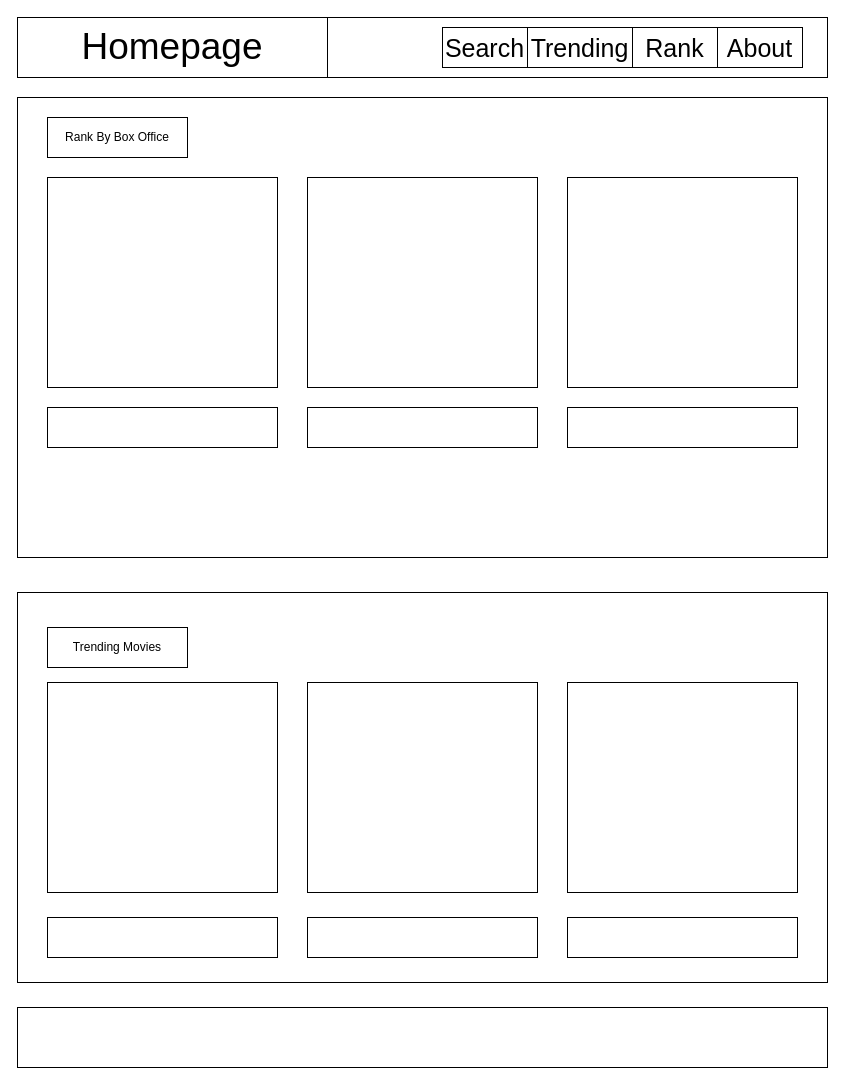
The draw.io diagram page "Page-1" (1 of 3) of Project One Layout.drawio in HyeongUW/First_Project, before the edit. Source tidied: cells renumbered, new cells numbered last; positions are measured from the earlier drawing's top-left corner, leaving out a move shared by most shapes. Both pictures are drawn from the tidied source at 100%, with x=0, y=0 at pixel (17, 17).
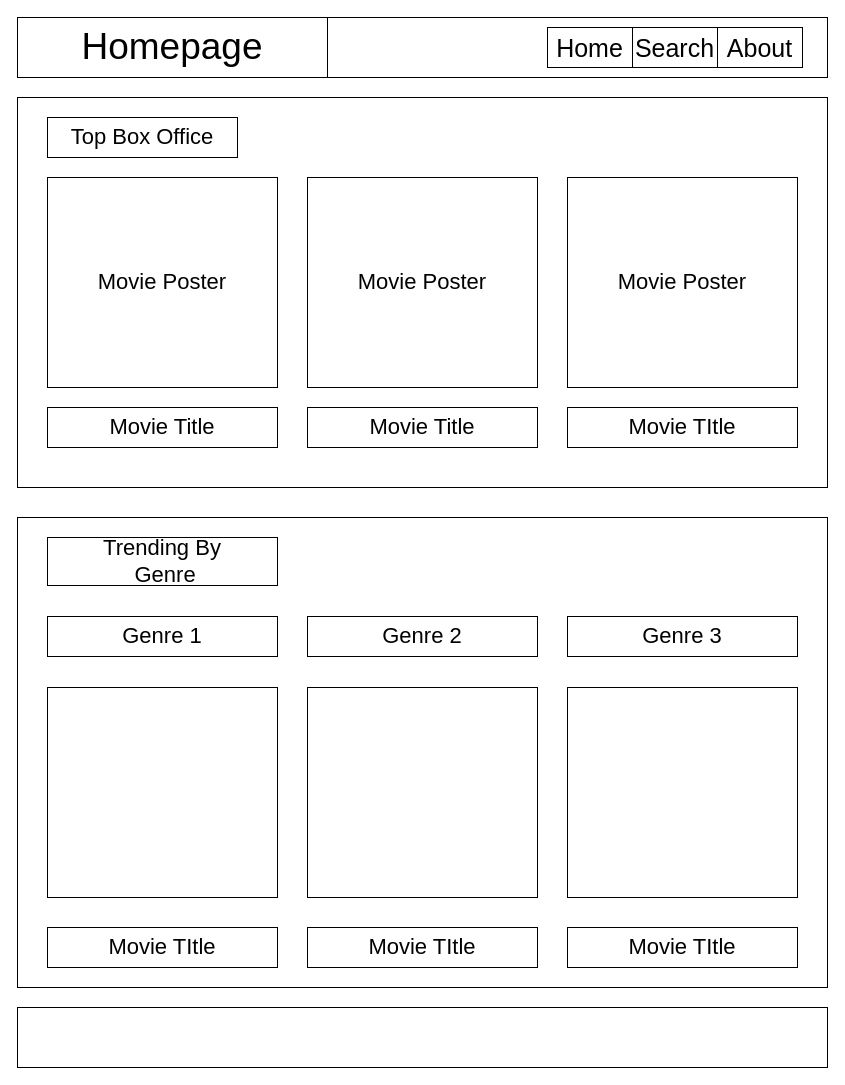
The same page after the edit.

What changed in the source:
```diff
@@
     <mxCell id="3" style="rounded=0;whiteSpace=wrap;html=1;" parent="1" vertex="1">
-      <mxGeometry y="80" width="810" height="460" as="geometry" />
+      <mxGeometry y="80" width="810" height="390" as="geometry" />
     </mxCell>
-    <mxCell id="4" value="Rank By Box Office" style="rounded=0;whiteSpace=wrap;html=1;" parent="1" vertex="1">
-      <mxGeometry x="30" y="100" width="140" height="40" as="geometry" />
+    <mxCell id="4" value="Top Box Office" style="rounded=0;whiteSpace=wrap;html=1;fontSize=22;" parent="1" vertex="1">
+      <mxGeometry x="30" y="100" width="190" height="40" as="geometry" />
     </mxCell>
-    <mxCell id="5" style="rounded=0;whiteSpace=wrap;html=1;" parent="1" vertex="1">
+    <mxCell id="5" value="Movie Poster" style="rounded=0;whiteSpace=wrap;html=1;fontSize=22;" parent="1" vertex="1">
       <mxGeometry x="30" y="160" width="230" height="210" as="geometry" />
     </mxCell>
-    <mxCell id="6" style="rounded=0;whiteSpace=wrap;html=1;" parent="1" vertex="1">
+    <mxCell id="6" value="Movie Poster" style="rounded=0;whiteSpace=wrap;html=1;fontSize=22;" parent="1" vertex="1">
       <mxGeometry x="290" y="160" width="230" height="210" as="geometry" />
     </mxCell>
-    <mxCell id="7" style="rounded=0;whiteSpace=wrap;html=1;" parent="1" vertex="1">
+    <mxCell id="7" value="Movie Poster" style="rounded=0;whiteSpace=wrap;html=1;fontSize=22;" parent="1" vertex="1">
       <mxGeometry x="550" y="160" width="230" height="210" as="geometry" />
     </mxCell>
-    <mxCell id="8" style="rounded=0;whiteSpace=wrap;html=1;" parent="1" vertex="1">
+    <mxCell id="8" value="Movie Title" style="rounded=0;whiteSpace=wrap;html=1;fontSize=22;" parent="1" vertex="1">
       <mxGeometry x="30" y="390" width="230" height="40" as="geometry" />
     </mxCell>
-    <mxCell id="9" style="rounded=0;whiteSpace=wrap;html=1;" parent="1" vertex="1">
+    <mxCell id="9" value="Movie Title" style="rounded=0;whiteSpace=wrap;html=1;fontSize=22;" parent="1" vertex="1">
       <mxGeometry x="290" y="390" width="230" height="40" as="geometry" />
     </mxCell>
-    <mxCell id="10" style="rounded=0;whiteSpace=wrap;html=1;" parent="1" vertex="1">
+    <mxCell id="10" value="Movie TItle" style="rounded=0;whiteSpace=wrap;html=1;fontSize=22;" parent="1" vertex="1">
       <mxGeometry x="550" y="390" width="230" height="40" as="geometry" />
     </mxCell>
     <mxCell id="11" style="rounded=0;whiteSpace=wrap;html=1;" parent="1" vertex="1">
-      <mxGeometry y="575" width="810" height="390" as="geometry" />
+      <mxGeometry y="500" width="810" height="470" as="geometry" />
     </mxCell>
-    <mxCell id="12" value="Trending Movies" style="rounded=0;whiteSpace=wrap;html=1;" parent="1" vertex="1">
-      <mxGeometry x="30" y="610" width="140" height="40" as="geometry" />
+    <mxCell id="12" value="Trending By&lt;br style=&quot;font-size: 22px&quot;&gt;&amp;nbsp;Genre" style="rounded=0;whiteSpace=wrap;html=1;fontSize=22;" parent="1" vertex="1">
+      <mxGeometry x="30" y="520" width="230" height="48" as="geometry" />
     </mxCell>
-    <mxCell id="13" style="rounded=0;whiteSpace=wrap;html=1;" parent="1" vertex="1">
-      <mxGeometry x="30" y="665" width="230" height="210" as="geometry" />
+    <mxCell id="13" style="rounded=0;whiteSpace=wrap;html=1;fontSize=22;" parent="1" vertex="1">
+      <mxGeometry x="30" y="670" width="230" height="210" as="geometry" />
     </mxCell>
-    <mxCell id="14" style="rounded=0;whiteSpace=wrap;html=1;" parent="1" vertex="1">
-      <mxGeometry x="290" y="665" width="230" height="210" as="geometry" />
+    <mxCell id="14" style="rounded=0;whiteSpace=wrap;html=1;fontSize=22;" parent="1" vertex="1">
+      <mxGeometry x="290" y="670" width="230" height="210" as="geometry" />
     </mxCell>
-    <mxCell id="15" style="rounded=0;whiteSpace=wrap;html=1;" parent="1" vertex="1">
-      <mxGeometry x="550" y="665" width="230" height="210" as="geometry" />
+    <mxCell id="15" style="rounded=0;whiteSpace=wrap;html=1;fontSize=22;" parent="1" vertex="1">
+      <mxGeometry x="550" y="670" width="230" height="210" as="geometry" />
     </mxCell>
-    <mxCell id="16" style="rounded=0;whiteSpace=wrap;html=1;" parent="1" vertex="1">
-      <mxGeometry x="30" y="900" width="230" height="40" as="geometry" />
-    </mxCell>
-    <mxCell id="17" style="rounded=0;whiteSpace=wrap;html=1;" parent="1" vertex="1">
-      <mxGeometry x="290" y="900" width="230" height="40" as="geometry" />
-    </mxCell>
-    <mxCell id="18" style="rounded=0;whiteSpace=wrap;html=1;" parent="1" vertex="1">
-      <mxGeometry x="550" y="900" width="230" height="40" as="geometry" />
-    </mxCell>
@@
-    <mxCell id="21" value="&lt;font style=&quot;font-size: 25px&quot;&gt;Rank&lt;/font&gt;" style="rounded=0;whiteSpace=wrap;html=1;" parent="1" vertex="1">
-      <mxGeometry x="615" y="10" width="85" height="40" as="geometry" />
-    </mxCell>
-    <mxCell id="22" value="&lt;font style=&quot;font-size: 25px&quot;&gt;Trending&lt;br&gt;&lt;/font&gt;" style="rounded=0;whiteSpace=wrap;html=1;" parent="1" vertex="1">
-      <mxGeometry x="510" y="10" width="105" height="40" as="geometry" />
-    </mxCell>
     <mxCell id="23" value="&lt;font style=&quot;font-size: 25px&quot;&gt;Search&lt;br&gt;&lt;/font&gt;" style="rounded=0;whiteSpace=wrap;html=1;" parent="1" vertex="1">
-      <mxGeometry x="425" y="10" width="85" height="40" as="geometry" />
+      <mxGeometry x="615" y="10" width="85" height="40" as="geometry" />
     </mxCell>
@@
+    <mxCell id="25" value="Genre 1" style="rounded=0;whiteSpace=wrap;html=1;fontSize=22;" parent="1" vertex="1">
+      <mxGeometry x="30" y="599" width="230" height="40" as="geometry" />
+    </mxCell>
+    <mxCell id="26" value="Genre 2" style="rounded=0;whiteSpace=wrap;html=1;fontSize=22;" parent="1" vertex="1">
+      <mxGeometry x="290" y="599" width="230" height="40" as="geometry" />
+    </mxCell>
+    <mxCell id="27" value="Genre 3" style="rounded=0;whiteSpace=wrap;html=1;fontSize=22;" parent="1" vertex="1">
+      <mxGeometry x="550" y="599" width="230" height="40" as="geometry" />
+    </mxCell>
+    <mxCell id="28" value="Movie TItle" style="rounded=0;whiteSpace=wrap;html=1;fontSize=22;" parent="1" vertex="1">
+      <mxGeometry x="30" y="910" width="230" height="40" as="geometry" />
+    </mxCell>
+    <mxCell id="29" value="Movie TItle" style="rounded=0;whiteSpace=wrap;html=1;fontSize=22;" parent="1" vertex="1">
+      <mxGeometry x="290" y="910" width="230" height="40" as="geometry" />
+    </mxCell>
+    <mxCell id="30" value="Movie TItle" style="rounded=0;whiteSpace=wrap;html=1;fontSize=22;" parent="1" vertex="1">
+      <mxGeometry x="550" y="910" width="230" height="40" as="geometry" />
+    </mxCell>
+    <mxCell id="31" value="&lt;font style=&quot;font-size: 25px&quot;&gt;Home&lt;br&gt;&lt;/font&gt;" style="rounded=0;whiteSpace=wrap;html=1;" parent="1" vertex="1">
+      <mxGeometry x="530" y="10" width="85" height="40" as="geometry" />
+    </mxCell>
```
